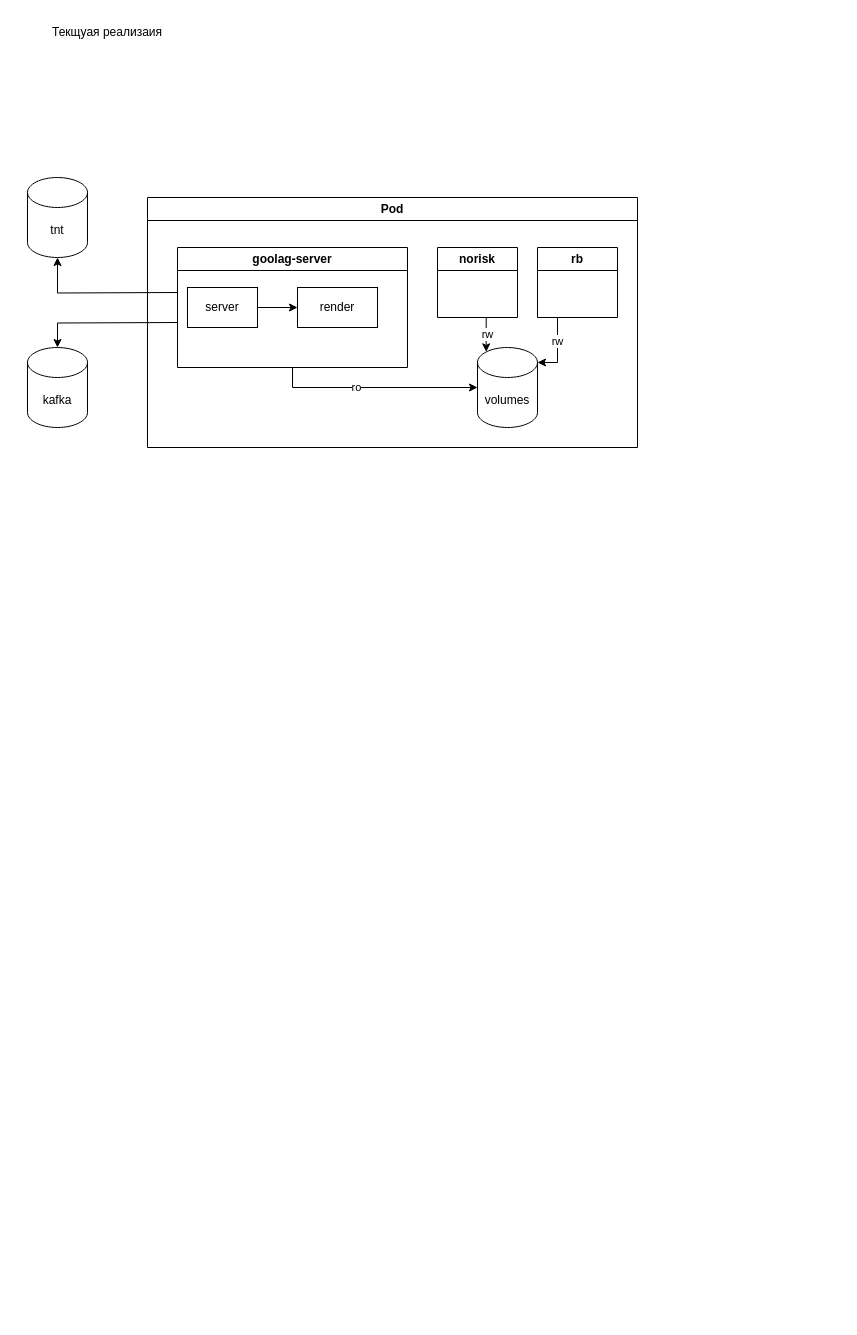
This is Диаграмма без названия.drawio from bambruysk/bambruysk, a draw.io file, before an edit. Source tidied: cells renumbered, new cells numbered last; positions are measured from the earlier drawing's top-left corner, leaving out a move shared by most shapes. Both pictures are drawn from the tidied source at 100%, with x=0, y=0 at pixel (17, 17).
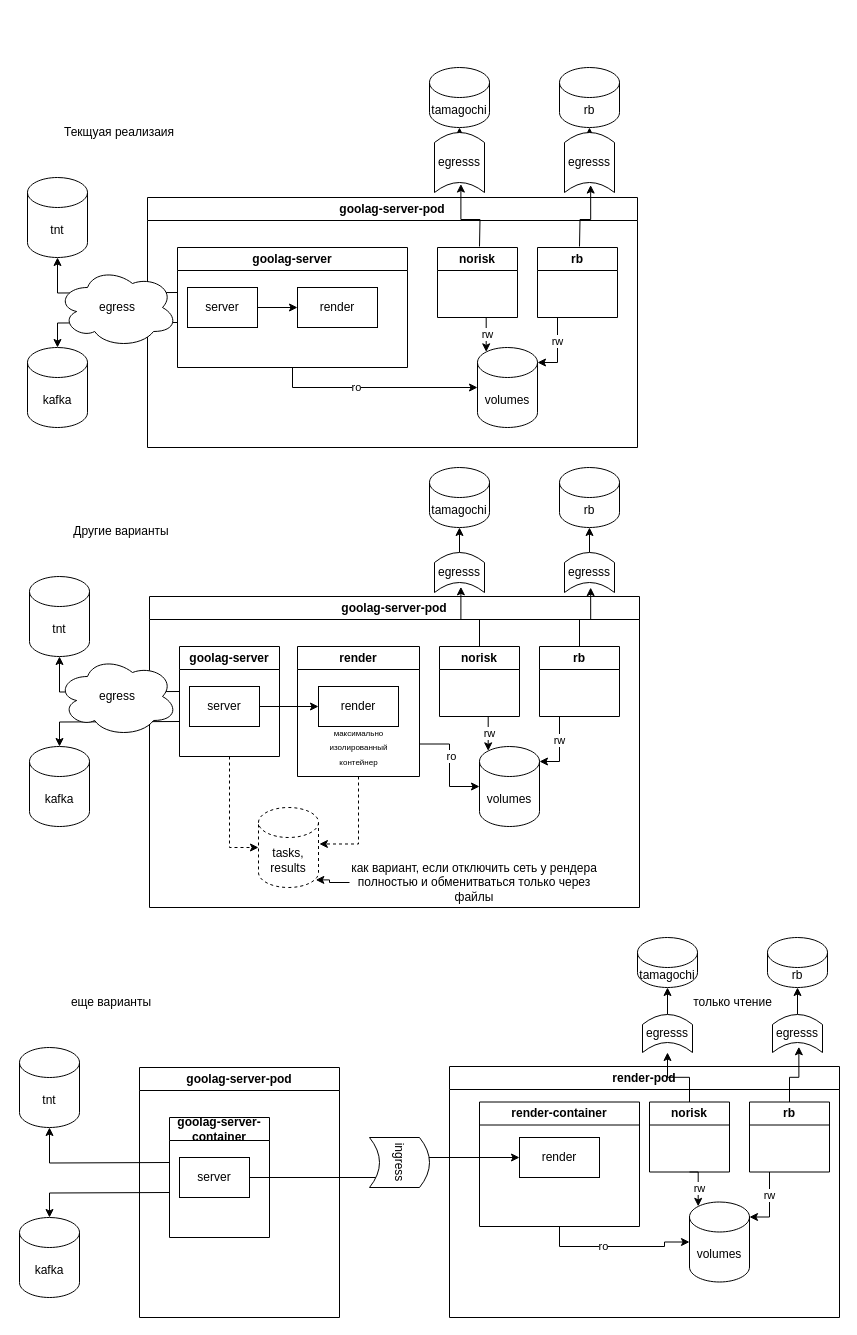
After the change.

The edit, as a diff of the source:
```diff
@@
     <mxCell id="2" value="Текщуая реализаия" style="text;html=1;strokeColor=none;fillColor=none;align=center;verticalAlign=middle;whiteSpace=wrap;rounded=0;" parent="1" vertex="1">
-      <mxGeometry width="180" height="30" as="geometry" />
+      <mxGeometry x="12" y="100" width="180" height="30" as="geometry" />
     </mxCell>
-    <mxCell id="3" value="Pod" style="swimlane;whiteSpace=wrap;html=1;" parent="1" vertex="1">
+    <mxCell id="3" value="goolag-server-pod" style="swimlane;whiteSpace=wrap;html=1;" parent="1" vertex="1">
       <mxGeometry x="130" y="180" width="490" height="250" as="geometry" />
     </mxCell>
@@
+    <mxCell id="21" value="Другие варианты" style="text;html=1;strokeColor=none;fillColor=none;align=center;verticalAlign=middle;whiteSpace=wrap;rounded=0;" parent="1" vertex="1">
+      <mxGeometry x="14" y="499" width="180" height="30" as="geometry" />
+    </mxCell>
+    <mxCell id="22" value="goolag-server-pod" style="swimlane;whiteSpace=wrap;html=1;" parent="1" vertex="1">
+      <mxGeometry x="132" y="579" width="490" height="311" as="geometry" />
+    </mxCell>
+    <mxCell id="23" style="edgeStyle=orthogonalEdgeStyle;rounded=0;jettySize=auto;html=1;exitX=1;exitY=0.75;exitDx=0;exitDy=0;" parent="22" edge="1" source="37" target="34">
+      <mxGeometry relative="1" as="geometry" />
+    </mxCell>
+    <mxCell id="24" value="ro" style="edgeLabel;html=1;align=center;verticalAlign=middle;" parent="23" vertex="1">
+      <mxGeometry x="-0.19" y="1" relative="1" as="geometry" />
+    </mxCell>
+    <mxCell id="25" style="edgeStyle=orthogonalEdgeStyle;rounded=0;jettySize=auto;html=1;entryX=0;entryY=0.5;entryDx=0;entryDy=0;entryPerimeter=0;dashed=1;" parent="22" edge="1" source="26" target="40">
+      <mxGeometry relative="1" as="geometry" />
+    </mxCell>
+    <mxCell id="26" value="goolag-server" style="swimlane;whiteSpace=wrap;html=1;" parent="22" vertex="1">
+      <mxGeometry x="30" y="50" width="100" height="110" as="geometry" />
+    </mxCell>
+    <mxCell id="27" value="server" style="whiteSpace=wrap;html=1;" parent="26" vertex="1">
+      <mxGeometry x="10" y="40" width="70" height="40" as="geometry" />
+    </mxCell>
+    <mxCell id="28" style="edgeStyle=orthogonalEdgeStyle;rounded=0;jettySize=auto;html=1;exitX=0.5;exitY=1;exitDx=0;exitDy=0;entryX=0.145;entryY=0;entryDx=0;entryDy=4.35;entryPerimeter=0;" parent="22" edge="1" source="30" target="34">
+      <mxGeometry relative="1" as="geometry" />
+    </mxCell>
+    <mxCell id="29" value="rw" style="edgeLabel;html=1;align=center;verticalAlign=middle;" parent="28" vertex="1">
+      <mxGeometry x="0.18" y="1" relative="1" as="geometry" />
+    </mxCell>
+    <mxCell id="30" value="norisk" style="swimlane;whiteSpace=wrap;html=1;" parent="22" vertex="1">
+      <mxGeometry x="290" y="50" width="80" height="70" as="geometry" />
+    </mxCell>
+    <mxCell id="31" style="edgeStyle=orthogonalEdgeStyle;rounded=0;jettySize=auto;html=1;exitX=0.25;exitY=1;exitDx=0;exitDy=0;entryX=1;entryY=0;entryDx=0;entryDy=15;entryPerimeter=0;" parent="22" edge="1" source="33" target="34">
+      <mxGeometry relative="1" as="geometry" />
+    </mxCell>
+    <mxCell id="32" value="rw" style="edgeLabel;html=1;align=center;verticalAlign=middle;" parent="31" vertex="1">
+      <mxGeometry x="-0.28" y="-1" relative="1" as="geometry" />
+    </mxCell>
+    <mxCell id="33" value="rb" style="swimlane;whiteSpace=wrap;html=1;" parent="22" vertex="1">
+      <mxGeometry x="390" y="50" width="80" height="70" as="geometry" />
+    </mxCell>
+    <mxCell id="34" value="volumes" style="shape=cylinder3;whiteSpace=wrap;html=1;boundedLbl=1;backgroundOutline=1;size=15;" parent="22" vertex="1">
+      <mxGeometry x="330" y="150" width="60" height="80" as="geometry" />
+    </mxCell>
+    <mxCell id="35" style="edgeStyle=orthogonalEdgeStyle;rounded=0;jettySize=auto;html=1;" parent="22" edge="1" source="27" target="38">
+      <mxGeometry relative="1" as="geometry" />
+    </mxCell>
+    <mxCell id="36" style="edgeStyle=orthogonalEdgeStyle;rounded=0;jettySize=auto;html=1;exitX=0.5;exitY=1;exitDx=0;exitDy=0;entryX=1.015;entryY=0.456;entryDx=0;entryDy=0;entryPerimeter=0;dashed=1;" parent="22" edge="1" source="37" target="40">
+      <mxGeometry relative="1" as="geometry" />
+    </mxCell>
+    <mxCell id="37" value="render" style="swimlane;whiteSpace=wrap;html=1;" parent="22" vertex="1">
+      <mxGeometry x="148" y="50" width="122" height="130" as="geometry" />
+    </mxCell>
+    <mxCell id="38" value="render" style="rounded=0;whiteSpace=wrap;html=1;" parent="37" vertex="1">
+      <mxGeometry x="21" y="40" width="80" height="40" as="geometry" />
+    </mxCell>
+    <mxCell id="39" value="&lt;font style=&quot;font-size: 8px;&quot;&gt;максимально &lt;br&gt;изолированный &lt;br&gt;контейнер&lt;/font&gt;" style="text;html=1;align=center;verticalAlign=middle;strokeColor=none;fillColor=none;" parent="37" vertex="1">
+      <mxGeometry x="21" y="70" width="80" height="60" as="geometry" />
+    </mxCell>
+    <mxCell id="40" value="tasks,&lt;br&gt;results" style="shape=cylinder3;whiteSpace=wrap;html=1;boundedLbl=1;backgroundOutline=1;size=15;dashed=1;" parent="22" vertex="1">
+      <mxGeometry x="109" y="211" width="60" height="80" as="geometry" />
+    </mxCell>
+    <mxCell id="41" style="edgeStyle=orthogonalEdgeStyle;rounded=0;jettySize=auto;html=1;entryX=0.955;entryY=0.905;entryDx=0;entryDy=0;entryPerimeter=0;" parent="22" edge="1" source="42" target="40">
+      <mxGeometry relative="1" as="geometry" />
+    </mxCell>
+    <mxCell id="42" value="как вариант, если отключить сеть у рендера полностью и обменитваться только через файлы" style="text;html=1;strokeColor=none;fillColor=none;align=center;verticalAlign=middle;whiteSpace=wrap;rounded=0;" parent="22" vertex="1">
+      <mxGeometry x="200" y="271" width="250" height="30" as="geometry" />
+    </mxCell>
+    <mxCell id="43" value="tnt" style="shape=cylinder3;whiteSpace=wrap;html=1;boundedLbl=1;backgroundOutline=1;size=15;" parent="1" vertex="1">
+      <mxGeometry x="12" y="559" width="60" height="80" as="geometry" />
+    </mxCell>
+    <mxCell id="44" value="kafka" style="shape=cylinder3;whiteSpace=wrap;html=1;boundedLbl=1;backgroundOutline=1;size=15;" parent="1" vertex="1">
+      <mxGeometry x="12" y="729" width="60" height="80" as="geometry" />
+    </mxCell>
+    <mxCell id="45" style="edgeStyle=orthogonalEdgeStyle;rounded=0;jettySize=auto;html=1;exitX=0;exitY=0.25;exitDx=0;exitDy=0;" parent="1" edge="1" target="43">
+      <mxGeometry relative="1" as="geometry">
+        <mxPoint x="162" y="674" as="sourcePoint" />
+      </mxGeometry>
+    </mxCell>
+    <mxCell id="46" style="edgeStyle=orthogonalEdgeStyle;rounded=0;jettySize=auto;html=1;exitX=0;exitY=0.75;exitDx=0;exitDy=0;entryX=0.5;entryY=0;entryDx=0;entryDy=0;entryPerimeter=0;" parent="1" edge="1" target="44">
+      <mxGeometry relative="1" as="geometry">
+        <mxPoint x="162" y="704" as="sourcePoint" />
+      </mxGeometry>
+    </mxCell>
+    <mxCell id="47" value="egress" style="ellipse;shape=cloud;whiteSpace=wrap;html=1;" parent="1" vertex="1">
+      <mxGeometry x="40" y="250" width="120" height="80" as="geometry" />
+    </mxCell>
+    <mxCell id="48" value="еще варианты" style="text;html=1;strokeColor=none;fillColor=none;align=center;verticalAlign=middle;whiteSpace=wrap;rounded=0;" parent="1" vertex="1">
+      <mxGeometry x="4" y="970" width="180" height="30" as="geometry" />
+    </mxCell>
+    <mxCell id="49" value="goolag-server-pod" style="swimlane;whiteSpace=wrap;html=1;" parent="1" vertex="1">
+      <mxGeometry x="122" y="1050" width="200" height="250" as="geometry" />
+    </mxCell>
+    <mxCell id="50" value="goolag-server-container" style="swimlane;whiteSpace=wrap;html=1;" parent="49" vertex="1">
+      <mxGeometry x="30" y="50" width="100" height="120" as="geometry" />
+    </mxCell>
+    <mxCell id="51" value="server" style="whiteSpace=wrap;html=1;" parent="50" vertex="1">
+      <mxGeometry x="10" y="40" width="70" height="40" as="geometry" />
+    </mxCell>
+    <mxCell id="52" value="tnt" style="shape=cylinder3;whiteSpace=wrap;html=1;boundedLbl=1;backgroundOutline=1;size=15;" parent="1" vertex="1">
+      <mxGeometry x="2" y="1030" width="60" height="80" as="geometry" />
+    </mxCell>
+    <mxCell id="53" value="kafka" style="shape=cylinder3;whiteSpace=wrap;html=1;boundedLbl=1;backgroundOutline=1;size=15;" parent="1" vertex="1">
+      <mxGeometry x="2" y="1200" width="60" height="80" as="geometry" />
+    </mxCell>
+    <mxCell id="54" style="edgeStyle=orthogonalEdgeStyle;rounded=0;jettySize=auto;html=1;exitX=0;exitY=0.25;exitDx=0;exitDy=0;" parent="1" edge="1" target="52">
+      <mxGeometry relative="1" as="geometry">
+        <mxPoint x="152" y="1145" as="sourcePoint" />
+      </mxGeometry>
+    </mxCell>
+    <mxCell id="55" style="edgeStyle=orthogonalEdgeStyle;rounded=0;jettySize=auto;html=1;exitX=0;exitY=0.75;exitDx=0;exitDy=0;entryX=0.5;entryY=0;entryDx=0;entryDy=0;entryPerimeter=0;" parent="1" edge="1" target="53">
+      <mxGeometry relative="1" as="geometry">
+        <mxPoint x="152" y="1175" as="sourcePoint" />
+      </mxGeometry>
+    </mxCell>
+    <mxCell id="56" value="render-pod" style="swimlane;whiteSpace=wrap;html=1;" parent="1" vertex="1">
+      <mxGeometry x="432" y="1049" width="390" height="251" as="geometry" />
+    </mxCell>
+    <mxCell id="57" value="norisk" style="swimlane;whiteSpace=wrap;html=1;" parent="56" vertex="1">
+      <mxGeometry x="200" y="35.5" width="80" height="70" as="geometry" />
+    </mxCell>
+    <mxCell id="58" value="rb" style="swimlane;whiteSpace=wrap;html=1;" parent="56" vertex="1">
+      <mxGeometry x="300" y="35.5" width="80" height="70" as="geometry" />
+    </mxCell>
+    <mxCell id="59" value="volumes" style="shape=cylinder3;whiteSpace=wrap;html=1;boundedLbl=1;backgroundOutline=1;size=15;" parent="56" vertex="1">
+      <mxGeometry x="240" y="135.5" width="60" height="80" as="geometry" />
+    </mxCell>
+    <mxCell id="60" style="edgeStyle=orthogonalEdgeStyle;rounded=0;jettySize=auto;html=1;exitX=0.5;exitY=1;exitDx=0;exitDy=0;entryX=0.145;entryY=0;entryDx=0;entryDy=4.35;entryPerimeter=0;" parent="56" edge="1" source="57" target="59">
+      <mxGeometry relative="1" as="geometry" />
+    </mxCell>
+    <mxCell id="61" value="rw" style="edgeLabel;html=1;align=center;verticalAlign=middle;" parent="60" vertex="1">
+      <mxGeometry x="0.18" y="1" relative="1" as="geometry" />
+    </mxCell>
+    <mxCell id="62" style="edgeStyle=orthogonalEdgeStyle;rounded=0;jettySize=auto;html=1;exitX=0.25;exitY=1;exitDx=0;exitDy=0;entryX=1;entryY=0;entryDx=0;entryDy=15;entryPerimeter=0;" parent="56" edge="1" source="58" target="59">
+      <mxGeometry relative="1" as="geometry" />
+    </mxCell>
+    <mxCell id="63" value="rw" style="edgeLabel;html=1;align=center;verticalAlign=middle;" parent="62" vertex="1">
+      <mxGeometry x="-0.28" y="-1" relative="1" as="geometry" />
+    </mxCell>
+    <mxCell id="64" value="render-container" style="swimlane;whiteSpace=wrap;html=1;" parent="56" vertex="1">
+      <mxGeometry x="30" y="35.5" width="160" height="124.5" as="geometry" />
+    </mxCell>
+    <mxCell id="65" value="render" style="rounded=0;whiteSpace=wrap;html=1;" parent="64" vertex="1">
+      <mxGeometry x="40" y="35.5" width="80" height="40" as="geometry" />
+    </mxCell>
+    <mxCell id="66" style="edgeStyle=orthogonalEdgeStyle;rounded=0;jettySize=auto;html=1;exitX=0.5;exitY=1;exitDx=0;exitDy=0;" parent="56" edge="1" source="64" target="59">
+      <mxGeometry relative="1" as="geometry" />
+    </mxCell>
+    <mxCell id="67" value="ro" style="edgeLabel;html=1;align=center;verticalAlign=middle;" parent="66" vertex="1">
+      <mxGeometry x="-0.19" y="1" relative="1" as="geometry" />
+    </mxCell>
+    <mxCell id="68" style="edgeStyle=orthogonalEdgeStyle;rounded=0;jettySize=auto;html=1;" parent="1" edge="1" source="51" target="65">
+      <mxGeometry relative="1" as="geometry" />
+    </mxCell>
+    <mxCell id="69" value="egress" style="ellipse;shape=cloud;whiteSpace=wrap;html=1;" parent="1" vertex="1">
+      <mxGeometry x="40" y="639" width="120" height="80" as="geometry" />
+    </mxCell>
+    <mxCell id="70" value="tamagochi" style="shape=cylinder3;whiteSpace=wrap;html=1;boundedLbl=1;backgroundOutline=1;size=15;" parent="1" vertex="1">
+      <mxGeometry x="412" y="450" width="60" height="60" as="geometry" />
+    </mxCell>
+    <mxCell id="71" value="rb" style="shape=cylinder3;whiteSpace=wrap;html=1;boundedLbl=1;backgroundOutline=1;size=15;" parent="1" vertex="1">
+      <mxGeometry x="542" y="450" width="60" height="60" as="geometry" />
+    </mxCell>
+    <mxCell id="72" style="edgeStyle=orthogonalEdgeStyle;rounded=0;jettySize=auto;html=1;exitX=0;exitY=0.5;exitDx=0;exitDy=0;entryX=0.5;entryY=1;entryDx=0;entryDy=0;entryPerimeter=0;" parent="1" edge="1" source="73" target="70">
+      <mxGeometry relative="1" as="geometry" />
+    </mxCell>
+    <mxCell id="73" value="egresss" style="shape=dataStorage;whiteSpace=wrap;html=1;fixedSize=1;size=10;rotation=90;horizontal=0;" parent="1" vertex="1">
+      <mxGeometry x="422" y="530" width="40" height="50" as="geometry" />
+    </mxCell>
+    <mxCell id="74" style="edgeStyle=orthogonalEdgeStyle;rounded=0;jettySize=auto;html=1;exitX=0;exitY=0.5;exitDx=0;exitDy=0;entryX=0.5;entryY=1;entryDx=0;entryDy=0;entryPerimeter=0;" parent="1" edge="1" source="75" target="71">
+      <mxGeometry relative="1" as="geometry" />
+    </mxCell>
+    <mxCell id="75" value="egresss" style="shape=dataStorage;whiteSpace=wrap;html=1;fixedSize=1;size=10;rotation=90;horizontal=0;" parent="1" vertex="1">
+      <mxGeometry x="552" y="530" width="40" height="50" as="geometry" />
+    </mxCell>
+    <mxCell id="76" style="edgeStyle=orthogonalEdgeStyle;rounded=0;jettySize=auto;html=1;exitX=0.5;exitY=0;exitDx=0;exitDy=0;entryX=0.859;entryY=0.472;entryDx=0;entryDy=0;entryPerimeter=0;" parent="1" edge="1" source="30" target="73">
+      <mxGeometry relative="1" as="geometry" />
+    </mxCell>
+    <mxCell id="77" style="edgeStyle=orthogonalEdgeStyle;rounded=0;jettySize=auto;html=1;exitX=0.5;exitY=0;exitDx=0;exitDy=0;entryX=0.876;entryY=0.477;entryDx=0;entryDy=0;entryPerimeter=0;" parent="1" edge="1" source="33" target="75">
+      <mxGeometry relative="1" as="geometry" />
+    </mxCell>
+    <mxCell id="78" value="tamagochi" style="shape=cylinder3;whiteSpace=wrap;html=1;boundedLbl=1;backgroundOutline=1;size=15;" parent="1" vertex="1">
+      <mxGeometry x="620" y="920" width="60" height="50" as="geometry" />
+    </mxCell>
+    <mxCell id="79" value="rb" style="shape=cylinder3;whiteSpace=wrap;html=1;boundedLbl=1;backgroundOutline=1;size=15;" parent="1" vertex="1">
+      <mxGeometry x="750" y="920" width="60" height="50" as="geometry" />
+    </mxCell>
+    <mxCell id="80" style="edgeStyle=orthogonalEdgeStyle;rounded=0;jettySize=auto;html=1;exitX=0;exitY=0.5;exitDx=0;exitDy=0;entryX=0.5;entryY=1;entryDx=0;entryDy=0;entryPerimeter=0;" parent="1" edge="1" source="81" target="78">
+      <mxGeometry relative="1" as="geometry" />
+    </mxCell>
+    <mxCell id="81" value="egresss" style="shape=dataStorage;whiteSpace=wrap;html=1;fixedSize=1;size=10;rotation=90;horizontal=0;" parent="1" vertex="1">
+      <mxGeometry x="631" y="991" width="38" height="50" as="geometry" />
+    </mxCell>
+    <mxCell id="82" style="edgeStyle=orthogonalEdgeStyle;rounded=0;jettySize=auto;html=1;exitX=0;exitY=0.5;exitDx=0;exitDy=0;entryX=0.5;entryY=1;entryDx=0;entryDy=0;entryPerimeter=0;" parent="1" edge="1" source="83" target="79">
+      <mxGeometry relative="1" as="geometry" />
+    </mxCell>
+    <mxCell id="83" value="egresss" style="shape=dataStorage;whiteSpace=wrap;html=1;fixedSize=1;size=10;rotation=90;horizontal=0;" parent="1" vertex="1">
+      <mxGeometry x="761" y="991" width="38" height="50" as="geometry" />
+    </mxCell>
+    <mxCell id="84" style="edgeStyle=orthogonalEdgeStyle;rounded=0;jettySize=auto;html=1;exitX=0.5;exitY=0;exitDx=0;exitDy=0;" parent="1" edge="1" source="57" target="81">
+      <mxGeometry relative="1" as="geometry" />
+    </mxCell>
+    <mxCell id="85" style="edgeStyle=orthogonalEdgeStyle;rounded=0;jettySize=auto;html=1;exitX=0.5;exitY=0;exitDx=0;exitDy=0;entryX=0.85;entryY=0.473;entryDx=0;entryDy=0;entryPerimeter=0;" parent="1" edge="1" source="58" target="83">
+      <mxGeometry relative="1" as="geometry" />
+    </mxCell>
+    <mxCell id="86" value="ingress" style="shape=dataStorage;whiteSpace=wrap;html=1;fixedSize=1;size=10;rotation=-180;horizontal=0;" parent="1" vertex="1">
+      <mxGeometry x="352" y="1120" width="60" height="50" as="geometry" />
+    </mxCell>
+    <mxCell id="87" value="tamagochi" style="shape=cylinder3;whiteSpace=wrap;html=1;boundedLbl=1;backgroundOutline=1;size=15;" parent="1" vertex="1">
+      <mxGeometry x="412" y="50" width="60" height="60" as="geometry" />
+    </mxCell>
+    <mxCell id="88" value="rb" style="shape=cylinder3;whiteSpace=wrap;html=1;boundedLbl=1;backgroundOutline=1;size=15;" parent="1" vertex="1">
+      <mxGeometry x="542" y="50" width="60" height="60" as="geometry" />
+    </mxCell>
+    <mxCell id="89" style="edgeStyle=orthogonalEdgeStyle;rounded=0;jettySize=auto;html=1;exitX=0;exitY=0.5;exitDx=0;exitDy=0;entryX=0.5;entryY=1;entryDx=0;entryDy=0;entryPerimeter=0;" parent="1" edge="1" source="90" target="87">
+      <mxGeometry relative="1" as="geometry" />
+    </mxCell>
+    <mxCell id="90" value="egresss" style="shape=dataStorage;whiteSpace=wrap;html=1;fixedSize=1;size=10;rotation=90;horizontal=0;" parent="1" vertex="1">
+      <mxGeometry x="412" y="120" width="60" height="50" as="geometry" />
+    </mxCell>
+    <mxCell id="91" style="edgeStyle=orthogonalEdgeStyle;rounded=0;jettySize=auto;html=1;exitX=0;exitY=0.5;exitDx=0;exitDy=0;entryX=0.5;entryY=1;entryDx=0;entryDy=0;entryPerimeter=0;" parent="1" edge="1" source="92" target="88">
+      <mxGeometry relative="1" as="geometry" />
+    </mxCell>
+    <mxCell id="92" value="egresss" style="shape=dataStorage;whiteSpace=wrap;html=1;fixedSize=1;size=10;rotation=90;horizontal=0;" parent="1" vertex="1">
+      <mxGeometry x="542" y="120" width="60" height="50" as="geometry" />
+    </mxCell>
+    <mxCell id="93" style="edgeStyle=orthogonalEdgeStyle;rounded=0;jettySize=auto;html=1;exitX=0.5;exitY=0;exitDx=0;exitDy=0;entryX=0.859;entryY=0.472;entryDx=0;entryDy=0;entryPerimeter=0;" parent="1" edge="1" target="90">
+      <mxGeometry relative="1" as="geometry">
+        <mxPoint x="462" y="229" as="sourcePoint" />
+      </mxGeometry>
+    </mxCell>
+    <mxCell id="94" style="edgeStyle=orthogonalEdgeStyle;rounded=0;jettySize=auto;html=1;exitX=0.5;exitY=0;exitDx=0;exitDy=0;entryX=0.876;entryY=0.477;entryDx=0;entryDy=0;entryPerimeter=0;" parent="1" edge="1" target="92">
+      <mxGeometry relative="1" as="geometry">
+        <mxPoint x="562" y="229" as="sourcePoint" />
+      </mxGeometry>
+    </mxCell>
+    <mxCell id="95" value="только чтение" style="text;html=1;strokeColor=none;fillColor=none;align=center;verticalAlign=middle;whiteSpace=wrap;rounded=0;" parent="1" vertex="1">
+      <mxGeometry x="669" y="970" width="93" height="30" as="geometry" />
+    </mxCell>
```
